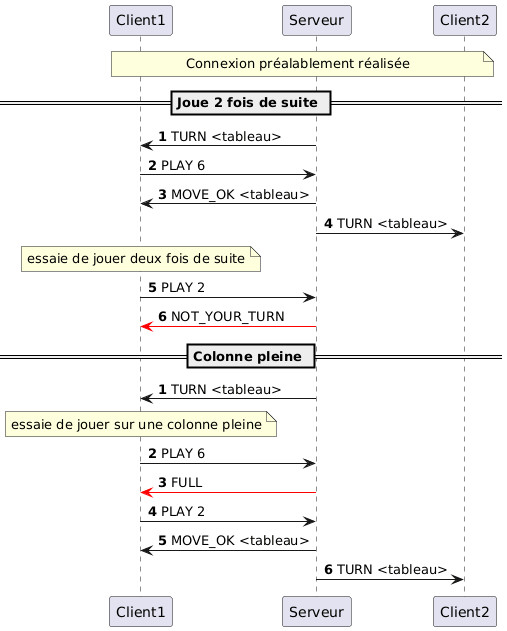
The PlantUML diagram protocol/play-wrong.png in QuentinMichon/dai-work-2, before a commit. Its diagram source:
```plantuml
@startuml
Participant Client1 as c1
Participant Serveur as s
Participant Client2 as c2

autonumber

note over c1, c2
Connexion préalablement réalisée
end note

== Joue 2 fois de suite ==

c1 <- s : TURN <tableau>
c1 -> s : PLAY 6
c1 <- s : MOVE_OK <tableau>

c2 <- s : TURN <tableau>

note over c1 : essaie de jouer deux fois de suite
c1 -> s : PLAY 2
c1 <-[#FF0000] s : NOT_YOUR_TURN

autonumber stop
autonumber

== Colonne pleine ==

c1 <- s : TURN <tableau>
note over c1 : essaie de jouer sur une colonne pleine
c1 -> s : PLAY 6
c1 <-[#FF0000] s : FULL

c1 -> s : PLAY 2
c1 <- s : MOVE_OK <tableau>

c2 <- s : TURN <tableau>
@enduml
```
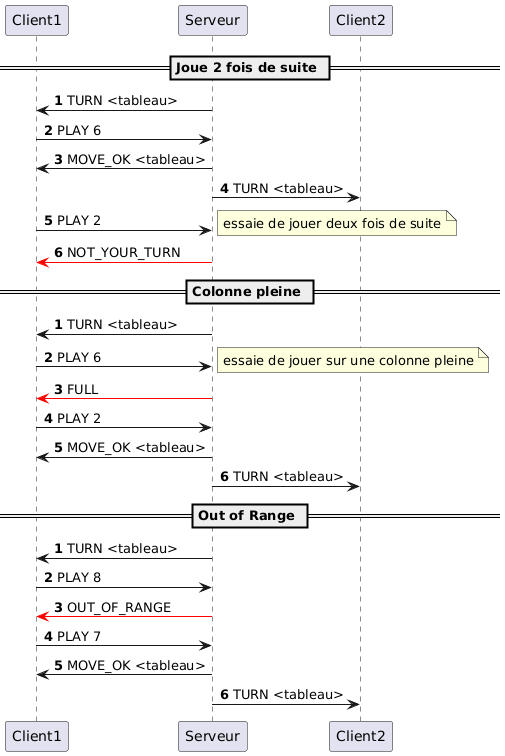
The same diagram one commit later.

The edit, as a diff of the source:
```diff
@@ -4,10 +4,6 @@
 Participant Client2 as c2
 
 autonumber
-
-note over c1, c2
-Connexion préalablement réalisée
-end note
 
 == Joue 2 fois de suite ==
 
@@ -17,22 +13,38 @@
 
 c2 <- s : TURN <tableau>
 
-note over c1 : essaie de jouer deux fois de suite
 c1 -> s : PLAY 2
+note right : essaie de jouer deux fois de suite
 c1 <-[#FF0000] s : NOT_YOUR_TURN
 
-autonumber stop
+
 autonumber
 
 == Colonne pleine ==
 
+
+
 c1 <- s : TURN <tableau>
-note over c1 : essaie de jouer sur une colonne pleine
 c1 -> s : PLAY 6
+note right : essaie de jouer sur une colonne pleine
 c1 <-[#FF0000] s : FULL
 
 c1 -> s : PLAY 2
 c1 <- s : MOVE_OK <tableau>
 
 c2 <- s : TURN <tableau>
+
+== Out of Range ==
+
+autonumber
+
+c1 <- s : TURN <tableau>
+c1 -> s : PLAY 8
+
+c1 <-[#FF0000] s : OUT_OF_RANGE
+
+c1 -> s : PLAY 7
+c1 <- s : MOVE_OK <tableau>
+
+c2 <- s : TURN <tableau>
 @enduml
```
